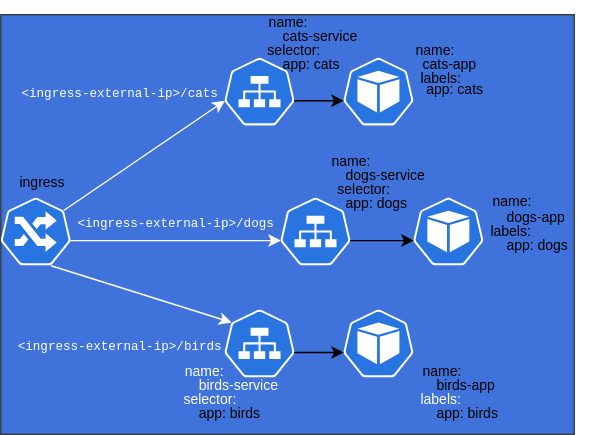
Above: kubernetes/Lab-1/diagram.drawio.svg in Joska99/joska (draw.io), before the change. Source tidied: cells renumbered, new cells last; positions are measured from the earlier drawing's top-left corner, leaving out a move shared by most shapes.
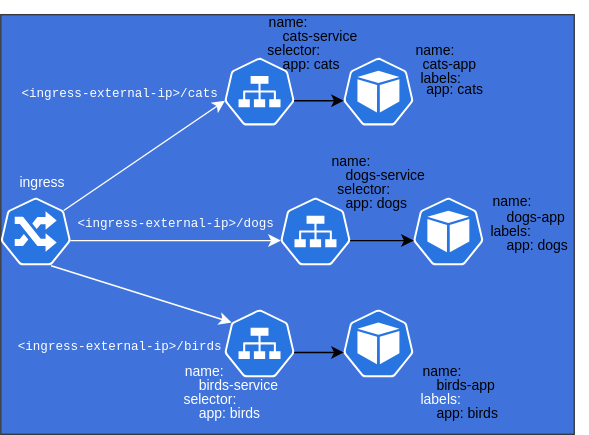
The same file after the commit.

Change to the diagram source:
```diff
@@ -2,7 +2,7 @@
   <root>
     <mxCell id="0" />
     <mxCell id="1" parent="0" />
-    <mxCell id="2" style="rounded=0;whiteSpace=wrap;html=1;fillColor=#3f73db;strokeColor=#36393d;" parent="1" vertex="1">
+    <mxCell id="2" style="rounded=0;whiteSpace=wrap;html=1;fillColor=#3f73db;strokeColor=#36393d;fontColor=#FFFFFF;" parent="1" vertex="1">
       <mxGeometry y="10" width="410" height="300" as="geometry" />
     </mxCell>
     <mxCell id="3" style="sketch=0;html=1;dashed=0;whitespace=wrap;fillColor=#2875E2;strokeColor=#ffffff;points=[[0.005,0.63,0],[0.1,0.2,0],[0.9,0.2,0],[0.5,0,0],[0.995,0.63,0],[0.72,0.99,0],[0.5,1,0],[0.28,0.99,0]];verticalLabelPosition=bottom;align=center;verticalAlign=top;shape=mxgraph.kubernetes.icon;prIcon=ing;" parent="1" vertex="1">
@@ -50,7 +50,7 @@
         <mxPoint x="-16" y="36" as="offset" />
       </mxGeometry>
     </mxCell>
-    <mxCell id="16" value="&lt;font style=&quot;font-size: 10px;&quot;&gt;ingress&lt;/font&gt;" style="text;html=1;strokeColor=none;fillColor=none;align=center;verticalAlign=middle;whiteSpace=wrap;rounded=0;" parent="1" vertex="1">
+    <mxCell id="16" value="&lt;font color=&quot;#ffffff&quot; style=&quot;font-size: 10px;&quot;&gt;ingress&lt;/font&gt;" style="text;html=1;strokeColor=none;fillColor=none;align=center;verticalAlign=middle;whiteSpace=wrap;rounded=0;" parent="1" vertex="1">
       <mxGeometry y="115" width="60" height="30" as="geometry" />
     </mxCell>
     <mxCell id="17" value="&lt;font style=&quot;font-size: 10px;&quot;&gt;cats-service&lt;/font&gt;" style="text;html=1;strokeColor=none;fillColor=none;align=left;verticalAlign=middle;whiteSpace=wrap;rounded=0;" parent="1" vertex="1">
@@ -95,7 +95,7 @@
     <mxCell id="30" value="&lt;font style=&quot;font-size: 10px;&quot;&gt;app: dogs&lt;/font&gt;" style="text;html=1;strokeColor=none;fillColor=none;align=left;verticalAlign=middle;whiteSpace=wrap;rounded=0;" parent="1" vertex="1">
       <mxGeometry x="245" y="130" width="60" height="30" as="geometry" />
     </mxCell>
-    <mxCell id="31" value="&lt;font style=&quot;font-size: 10px;&quot;&gt;app: birds&lt;/font&gt;" style="text;html=1;strokeColor=none;fillColor=none;align=left;verticalAlign=middle;whiteSpace=wrap;rounded=0;" parent="1" vertex="1">
+    <mxCell id="31" value="&lt;font color=&quot;#ffffff&quot; style=&quot;font-size: 10px;&quot;&gt;app: birds&lt;/font&gt;" style="text;html=1;strokeColor=none;fillColor=none;align=left;verticalAlign=middle;whiteSpace=wrap;rounded=0;" parent="1" vertex="1">
       <mxGeometry x="140" y="280" width="60" height="30" as="geometry" />
     </mxCell>
     <mxCell id="32" value="&lt;font style=&quot;font-size: 10px;&quot;&gt;labels:&lt;/font&gt;" style="text;html=1;strokeColor=none;fillColor=none;align=center;verticalAlign=middle;whiteSpace=wrap;rounded=0;" parent="1" vertex="1">
```
